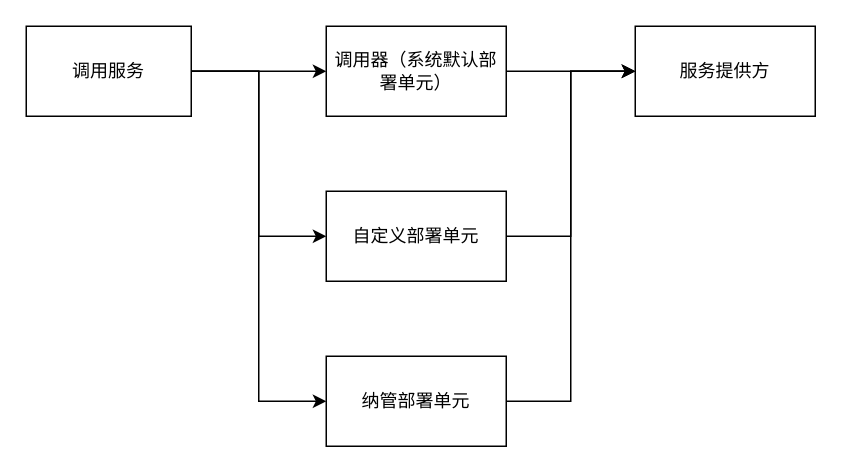
Above: drow/演示.drawio in zhuqinghua/resource (draw.io), before the change. Source tidied: cells renumbered, new cells numbered last; positions are measured from the earlier drawing's top-left corner, leaving out a move shared by most shapes. Both pictures are drawn from the tidied source at 150%, with x=0, y=0 at pixel (26, 26).
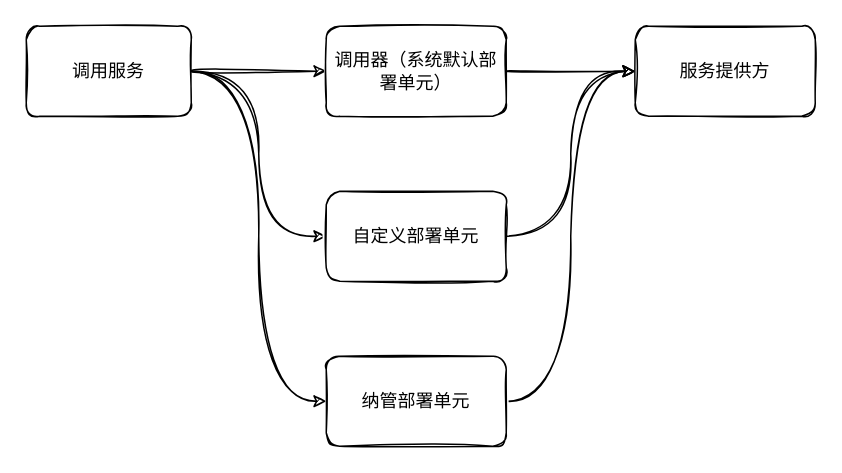
The same diagram, later.

What changed in the source:
```diff
@@
 <mxGraphModel>
   <root>
     <mxCell id="0" />
     <mxCell id="1" parent="0" />
-    <mxCell id="2" style="edgeStyle=orthogonalEdgeStyle;rounded=0;jettySize=auto;html=1;" parent="1" edge="1" source="5" target="7">
+    <mxCell id="2" style="edgeStyle=orthogonalEdgeStyle;jettySize=auto;html=1;sketch=1;curved=1;" parent="1" edge="1" source="5" target="7">
       <mxGeometry relative="1" as="geometry" />
     </mxCell>
-    <mxCell id="3" style="edgeStyle=orthogonalEdgeStyle;rounded=0;jettySize=auto;html=1;entryX=0;entryY=0.5;entryDx=0;entryDy=0;" parent="1" edge="1" source="5" target="12">
+    <mxCell id="3" style="edgeStyle=orthogonalEdgeStyle;jettySize=auto;html=1;entryX=0;entryY=0.5;entryDx=0;entryDy=0;sketch=1;curved=1;" parent="1" edge="1" source="5" target="12">
       <mxGeometry relative="1" as="geometry" />
     </mxCell>
-    <mxCell id="4" style="edgeStyle=orthogonalEdgeStyle;rounded=0;jettySize=auto;html=1;entryX=0;entryY=0.5;entryDx=0;entryDy=0;" parent="1" edge="1" source="5" target="10">
+    <mxCell id="4" style="edgeStyle=orthogonalEdgeStyle;jettySize=auto;html=1;entryX=0;entryY=0.5;entryDx=0;entryDy=0;sketch=1;curved=1;" parent="1" edge="1" source="5" target="10">
       <mxGeometry relative="1" as="geometry" />
     </mxCell>
-    <mxCell id="5" value="调用服务" style="rounded=0;whiteSpace=wrap;html=1;direction=west;" parent="1" vertex="1">
+    <mxCell id="5" value="调用服务" style="whiteSpace=wrap;html=1;direction=west;sketch=1;rounded=1;" parent="1" vertex="1">
       <mxGeometry width="110" height="60" as="geometry" />
     </mxCell>
-    <mxCell id="6" style="edgeStyle=orthogonalEdgeStyle;rounded=0;jettySize=auto;html=1;" parent="1" edge="1" source="7" target="8">
+    <mxCell id="6" style="edgeStyle=orthogonalEdgeStyle;jettySize=auto;html=1;sketch=1;curved=1;" parent="1" edge="1" source="7" target="8">
       <mxGeometry relative="1" as="geometry" />
     </mxCell>
-    <mxCell id="7" value="调用器（系统默认部署单元）" style="rounded=0;whiteSpace=wrap;html=1;" parent="1" vertex="1">
+    <mxCell id="7" value="调用器（系统默认部署单元）" style="whiteSpace=wrap;html=1;sketch=1;rounded=1;" parent="1" vertex="1">
       <mxGeometry x="200" width="120" height="60" as="geometry" />
     </mxCell>
-    <mxCell id="8" value="服务提供方" style="rounded=0;whiteSpace=wrap;html=1;" parent="1" vertex="1">
+    <mxCell id="8" value="服务提供方" style="whiteSpace=wrap;html=1;sketch=1;rounded=1;" parent="1" vertex="1">
       <mxGeometry x="406" width="120" height="60" as="geometry" />
     </mxCell>
-    <mxCell id="9" style="edgeStyle=orthogonalEdgeStyle;rounded=0;jettySize=auto;html=1;entryX=0;entryY=0.5;entryDx=0;entryDy=0;" parent="1" edge="1" source="10" target="8">
+    <mxCell id="9" style="edgeStyle=orthogonalEdgeStyle;jettySize=auto;html=1;entryX=0;entryY=0.5;entryDx=0;entryDy=0;sketch=1;curved=1;" parent="1" edge="1" source="10" target="8">
       <mxGeometry relative="1" as="geometry" />
     </mxCell>
-    <mxCell id="10" value="纳管部署单元" style="rounded=0;whiteSpace=wrap;html=1;" parent="1" vertex="1">
+    <mxCell id="10" value="纳管部署单元" style="whiteSpace=wrap;html=1;sketch=1;rounded=1;" parent="1" vertex="1">
       <mxGeometry x="200" y="220" width="120" height="60" as="geometry" />
     </mxCell>
-    <mxCell id="11" style="edgeStyle=orthogonalEdgeStyle;rounded=0;jettySize=auto;html=1;entryX=0;entryY=0.5;entryDx=0;entryDy=0;" parent="1" edge="1" source="12" target="8">
+    <mxCell id="11" style="edgeStyle=orthogonalEdgeStyle;jettySize=auto;html=1;entryX=0;entryY=0.5;entryDx=0;entryDy=0;sketch=1;curved=1;" parent="1" edge="1" source="12" target="8">
       <mxGeometry relative="1" as="geometry">
         <Array as="points">
           <mxPoint x="363" y="140" />
           <mxPoint x="363" y="30" />
         </Array>
       </mxGeometry>
     </mxCell>
-    <mxCell id="12" value="自定义部署单元" style="rounded=0;whiteSpace=wrap;html=1;" parent="1" vertex="1">
+    <mxCell id="12" value="自定义部署单元" style="whiteSpace=wrap;html=1;sketch=1;rounded=1;" parent="1" vertex="1">
       <mxGeometry x="200" y="110" width="120" height="60" as="geometry" />
     </mxCell>
   </root>
 </mxGraphModel>
```
